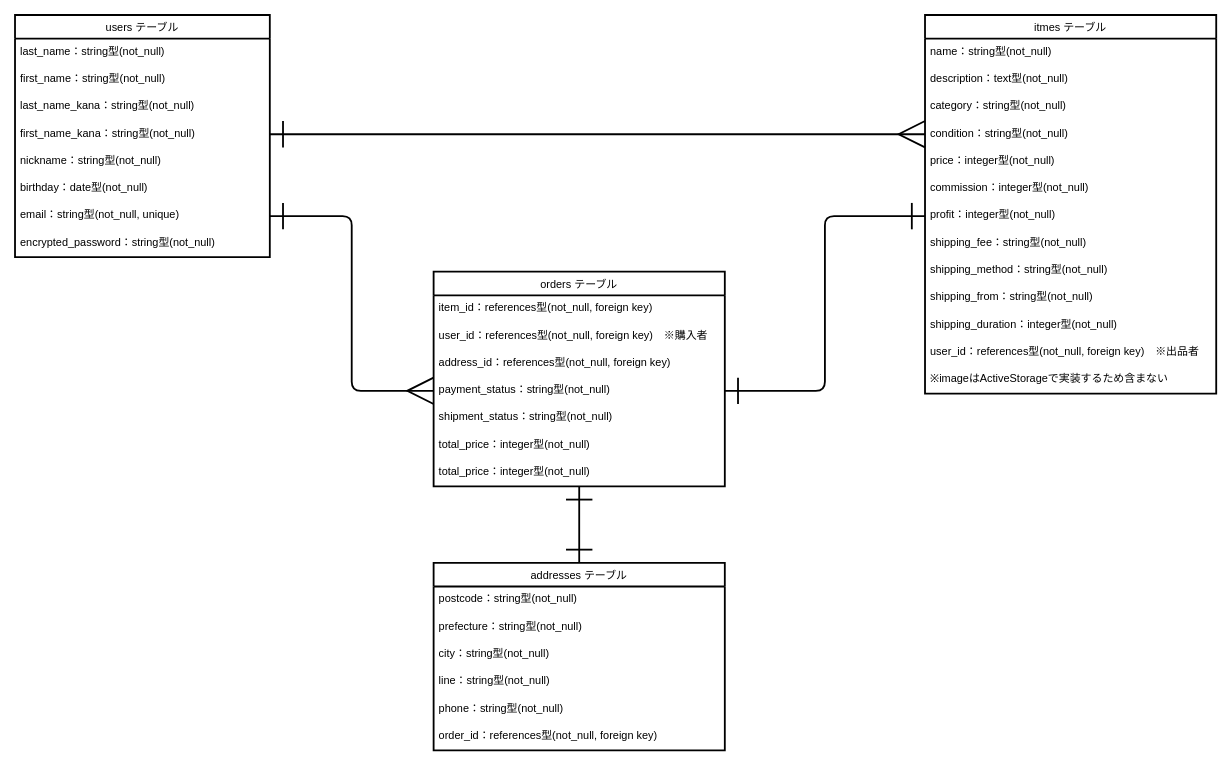
Earlier version of the draw.io diagram furimaER.dio (sssan-tech/furima-41472). Source tidied: cells renumbered, new cells numbered last; positions are measured from the earlier drawing's top-left corner, leaving out a move shared by most shapes. Both pictures are drawn from the tidied source at 91%, with x=0, y=0 at pixel (15, 15).
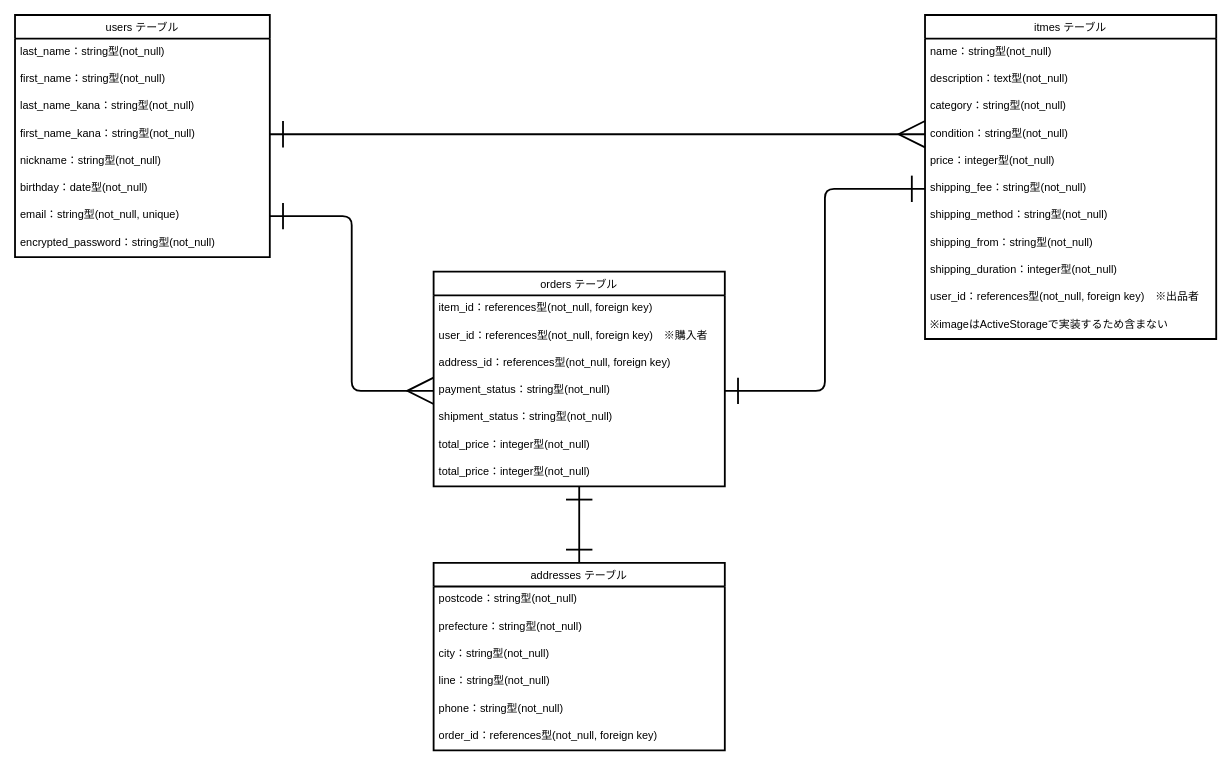
Above is the later version.

Commit message (it also covers changes not shown here):
commision、profitカラムの削除

The change refers to these unchanged cells:
```xml
<mxCell id="29" value="payment_status：string型(not_null)" style="text;spacingLeft=4;spacingRight=4;overflow=hidden;points=[[0,0.5],[1,0.5]];portConstraint=eastwest;fontSize=12;labelBackgroundColor=none;labelBorderColor=none;strokeWidth=2;" parent="25" vertex="1">
  <mxGeometry y="116" width="320" height="30" as="geometry" />
</mxCell>
```

Diff of the diagram source:
```diff
@@
     <mxCell id="11" value="itmes テーブル" style="swimlane;fontStyle=0;horizontal=1;startSize=26;align=center;fontSize=12;labelBackgroundColor=none;labelBorderColor=none;strokeWidth=2;swimlaneFillColor=default;gradientColor=none;" parent="1" vertex="1">
-      <mxGeometry x="1000" width="320" height="416" as="geometry" />
+      <mxGeometry x="1000" width="320" height="356" as="geometry" />
     </mxCell>
@@
-    <mxCell id="17" value="commission：integer型(not_null)&#10;" style="text;spacingLeft=4;spacingRight=4;overflow=hidden;fontSize=12;labelBackgroundColor=none;labelBorderColor=none;strokeWidth=2;" parent="11" vertex="1">
-      <mxGeometry y="176" width="320" height="30" as="geometry" />
-    </mxCell>
-    <mxCell id="18" value="profit：integer型(not_null)" style="text;spacingLeft=4;spacingRight=4;overflow=hidden;points=[[0,0.5],[1,0.5]];portConstraint=eastwest;fontSize=12;labelBackgroundColor=none;labelBorderColor=none;strokeWidth=2;" parent="11" vertex="1">
-      <mxGeometry y="206" width="320" height="30" as="geometry" />
-    </mxCell>
     <mxCell id="19" value="shipping_fee：string型(not_null)" style="text;spacingLeft=4;spacingRight=4;overflow=hidden;points=[[0,0.5],[1,0.5]];portConstraint=eastwest;fontSize=12;labelBackgroundColor=none;labelBorderColor=none;strokeWidth=2;" parent="11" vertex="1">
-      <mxGeometry y="236" width="320" height="30" as="geometry" />
+      <mxGeometry y="176" width="320" height="30" as="geometry" />
     </mxCell>
     <mxCell id="20" value="shipping_method：string型(not_null)&#10;" style="text;spacingLeft=4;spacingRight=4;overflow=hidden;fontSize=12;labelBackgroundColor=none;labelBorderColor=none;strokeWidth=2;" parent="11" vertex="1">
-      <mxGeometry y="266" width="320" height="30" as="geometry" />
+      <mxGeometry y="206" width="320" height="30" as="geometry" />
     </mxCell>
     <mxCell id="21" value="shipping_from：string型(not_null)&#10;" style="text;spacingLeft=4;spacingRight=4;overflow=hidden;fontSize=12;labelBackgroundColor=none;labelBorderColor=none;strokeWidth=2;" parent="11" vertex="1">
-      <mxGeometry y="296" width="320" height="30" as="geometry" />
+      <mxGeometry y="236" width="320" height="30" as="geometry" />
     </mxCell>
     <mxCell id="22" value="shipping_duration：integer型(not_null)&#10;" style="text;spacingLeft=4;spacingRight=4;overflow=hidden;fontSize=12;labelBackgroundColor=none;labelBorderColor=none;strokeWidth=2;" parent="11" vertex="1">
-      <mxGeometry y="326" width="320" height="30" as="geometry" />
+      <mxGeometry y="266" width="320" height="30" as="geometry" />
     </mxCell>
     <mxCell id="23" value="user_id：references型(not_null, foreign key)　※出品者" style="text;spacingLeft=4;spacingRight=4;overflow=hidden;fontSize=12;labelBackgroundColor=none;labelBorderColor=none;strokeWidth=2;" parent="11" vertex="1">
-      <mxGeometry y="356" width="320" height="30" as="geometry" />
+      <mxGeometry y="296" width="320" height="30" as="geometry" />
     </mxCell>
     <mxCell id="24" value="※imageはActiveStorageで実装するため含まない" style="text;spacingLeft=4;spacingRight=4;overflow=hidden;fontSize=12;labelBackgroundColor=none;labelBorderColor=none;strokeWidth=2;" parent="11" vertex="1">
-      <mxGeometry y="386" width="320" height="30" as="geometry" />
+      <mxGeometry y="326" width="320" height="30" as="geometry" />
     </mxCell>
@@
-    <mxCell id="42" style="edgeStyle=orthogonalEdgeStyle;exitX=0;exitY=0.5;exitDx=0;exitDy=0;entryX=1;entryY=0.5;entryDx=0;entryDy=0;startArrow=ERone;startFill=0;endArrow=ERone;endFill=0;startSize=26;endSize=26;labelBackgroundColor=none;labelBorderColor=none;fontSize=12;fontColor=default;strokeWidth=2;" parent="1" edge="1" source="18" target="29">
+    <mxCell id="42" style="edgeStyle=orthogonalEdgeStyle;exitX=0;exitY=0.5;exitDx=0;exitDy=0;entryX=1;entryY=0.5;entryDx=0;entryDy=0;startArrow=ERone;startFill=0;endArrow=ERone;endFill=0;startSize=26;endSize=26;labelBackgroundColor=none;labelBorderColor=none;fontSize=12;fontColor=default;strokeWidth=2;" parent="1" edge="1" source="19" target="29">
       <mxGeometry relative="1" as="geometry" />
     </mxCell>
```
